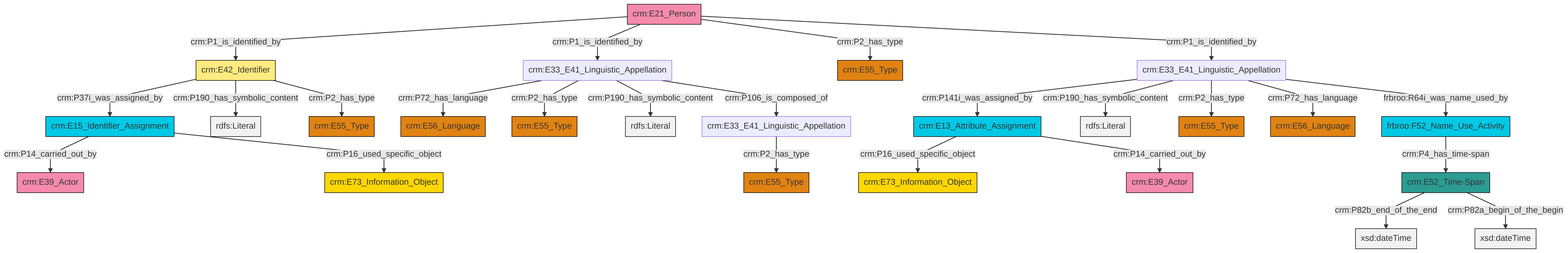
This is et/personCSV/ttl/mmd/png/Person_Names_and_Classification.png from swiss-art-research-net/reference-data-models, a Mermaid export, as it was before one commit. Its source is kept beside it as et/personCSV/ttl/mmd/Person_Names_and_Classification.ttl.mmd.
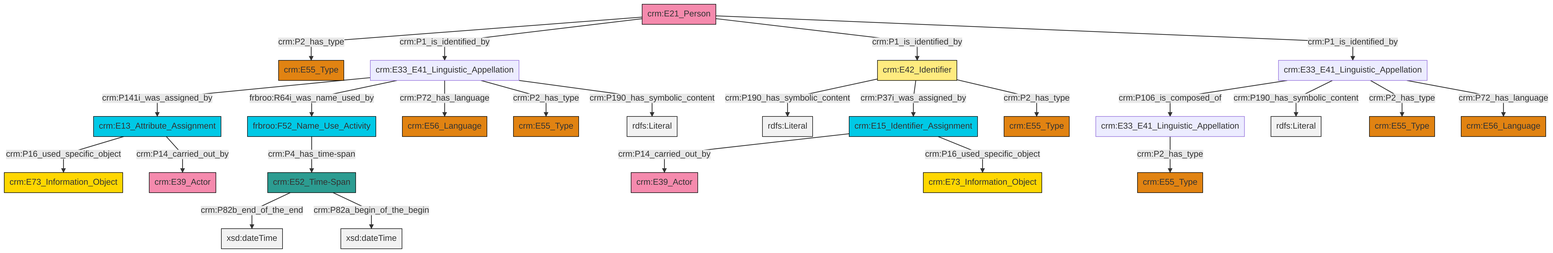
The same diagram one commit later.

Change to the diagram source:
```diff
@@ -13,27 +13,27 @@
 classDef PC_Classes fill:#4ce600, stroke:#000000;
 classDef Multi fill:#cccccc,stroke:#000000;
 
-0["crm:E15_Identifier_Assignment"]:::Temporal_Entity -->|crm:P14_carried_out_by| 1["crm:E39_Actor"]:::Actor
-8["crm:E52_Time-Span"]:::Time-Span -->|crm:P82b_end_of_the_end| 9[xsd:dateTime]:::Literal
-12["frbroo:F52_Name_Use_Activity"]:::Temporal_Entity -->|crm:P4_has_time-span| 8["crm:E52_Time-Span"]:::Time-Span
-0["crm:E15_Identifier_Assignment"]:::Temporal_Entity -->|crm:P16_used_specific_object| 15["crm:E73_Information_Object"]:::Conceptual_Object
-16["crm:E21_Person"]:::Actor -->|crm:P1_is_identified_by| 17["crm:E42_Identifier"]:::Appellation
-20["crm:E33_E41_Linguistic_Appellation"]:::Default -->|crm:P141i_was_assigned_by| 21["crm:E13_Attribute_Assignment"]:::Temporal_Entity
-20["crm:E33_E41_Linguistic_Appellation"]:::Default -->|crm:P190_has_symbolic_content| 23[rdfs:Literal]:::Literal
-17["crm:E42_Identifier"]:::Appellation -->|crm:P37i_was_assigned_by| 0["crm:E15_Identifier_Assignment"]:::Temporal_Entity
-21["crm:E13_Attribute_Assignment"]:::Temporal_Entity -->|crm:P16_used_specific_object| 31["crm:E73_Information_Object"]:::Conceptual_Object
-16["crm:E21_Person"]:::Actor -->|crm:P1_is_identified_by| 18["crm:E33_E41_Linguistic_Appellation"]:::Default
-24["crm:E33_E41_Linguistic_Appellation"]:::Default -->|crm:P2_has_type| 34["crm:E55_Type"]:::Type
-20["crm:E33_E41_Linguistic_Appellation"]:::Default -->|crm:P2_has_type| 13["crm:E55_Type"]:::Type
-18["crm:E33_E41_Linguistic_Appellation"]:::Default -->|crm:P72_has_language| 2["crm:E56_Language"]:::Type
-17["crm:E42_Identifier"]:::Appellation -->|crm:P190_has_symbolic_content| 36[rdfs:Literal]:::Literal
-21["crm:E13_Attribute_Assignment"]:::Temporal_Entity -->|crm:P14_carried_out_by| 26["crm:E39_Actor"]:::Actor
-16["crm:E21_Person"]:::Actor -->|crm:P2_has_type| 6["crm:E55_Type"]:::Type
-20["crm:E33_E41_Linguistic_Appellation"]:::Default -->|crm:P72_has_language| 10["crm:E56_Language"]:::Type
-18["crm:E33_E41_Linguistic_Appellation"]:::Default -->|crm:P2_has_type| 4["crm:E55_Type"]:::Type
-17["crm:E42_Identifier"]:::Appellation -->|crm:P2_has_type| 38["crm:E55_Type"]:::Type
-20["crm:E33_E41_Linguistic_Appellation"]:::Default -->|frbroo:R64i_was_name_used_by| 12["frbroo:F52_Name_Use_Activity"]:::Temporal_Entity
-18["crm:E33_E41_Linguistic_Appellation"]:::Default -->|crm:P190_has_symbolic_content| 42[rdfs:Literal]:::Literal
-8["crm:E52_Time-Span"]:::Time-Span -->|crm:P82a_begin_of_the_begin| 44[xsd:dateTime]:::Literal
-18["crm:E33_E41_Linguistic_Appellation"]:::Default -->|crm:P106_is_composed_of| 24["crm:E33_E41_Linguistic_Appellation"]:::Default
-16["crm:E21_Person"]:::Actor -->|crm:P1_is_identified_by| 20["crm:E33_E41_Linguistic_Appellation"]:::Default
+0["crm:E33_E41_Linguistic_Appellation"]:::Default -->|crm:P106_is_composed_of| 1["crm:E33_E41_Linguistic_Appellation"]:::Default
+2["crm:E21_Person"]:::Actor -->|crm:P2_has_type| 3["crm:E55_Type"]:::Type
+4["crm:E33_E41_Linguistic_Appellation"]:::Default -->|crm:P141i_was_assigned_by| 5["crm:E13_Attribute_Assignment"]:::Temporal_Entity
+2["crm:E21_Person"]:::Actor -->|crm:P1_is_identified_by| 4["crm:E33_E41_Linguistic_Appellation"]:::Default
+2["crm:E21_Person"]:::Actor -->|crm:P1_is_identified_by| 9["crm:E42_Identifier"]:::Appellation
+2["crm:E21_Person"]:::Actor -->|crm:P1_is_identified_by| 0["crm:E33_E41_Linguistic_Appellation"]:::Default
+14["crm:E52_Time-Span"]:::Time-Span -->|crm:P82b_end_of_the_end| 15[xsd:dateTime]:::Literal
+1["crm:E33_E41_Linguistic_Appellation"]:::Default -->|crm:P2_has_type| 17["crm:E55_Type"]:::Type
+0["crm:E33_E41_Linguistic_Appellation"]:::Default -->|crm:P190_has_symbolic_content| 21[rdfs:Literal]:::Literal
+4["crm:E33_E41_Linguistic_Appellation"]:::Default -->|frbroo:R64i_was_name_used_by| 24["frbroo:F52_Name_Use_Activity"]:::Temporal_Entity
+4["crm:E33_E41_Linguistic_Appellation"]:::Default -->|crm:P72_has_language| 25["crm:E56_Language"]:::Type
+9["crm:E42_Identifier"]:::Appellation -->|crm:P190_has_symbolic_content| 26[rdfs:Literal]:::Literal
+12["crm:E15_Identifier_Assignment"]:::Temporal_Entity -->|crm:P14_carried_out_by| 28["crm:E39_Actor"]:::Actor
+9["crm:E42_Identifier"]:::Appellation -->|crm:P37i_was_assigned_by| 12["crm:E15_Identifier_Assignment"]:::Temporal_Entity
+12["crm:E15_Identifier_Assignment"]:::Temporal_Entity -->|crm:P16_used_specific_object| 33["crm:E73_Information_Object"]:::Conceptual_Object
+9["crm:E42_Identifier"]:::Appellation -->|crm:P2_has_type| 18["crm:E55_Type"]:::Type
+24["frbroo:F52_Name_Use_Activity"]:::Temporal_Entity -->|crm:P4_has_time-span| 14["crm:E52_Time-Span"]:::Time-Span
+0["crm:E33_E41_Linguistic_Appellation"]:::Default -->|crm:P2_has_type| 10["crm:E55_Type"]:::Type
+5["crm:E13_Attribute_Assignment"]:::Temporal_Entity -->|crm:P16_used_specific_object| 37["crm:E73_Information_Object"]:::Conceptual_Object
+0["crm:E33_E41_Linguistic_Appellation"]:::Default -->|crm:P72_has_language| 6["crm:E56_Language"]:::Type
+4["crm:E33_E41_Linguistic_Appellation"]:::Default -->|crm:P2_has_type| 30["crm:E55_Type"]:::Type
+14["crm:E52_Time-Span"]:::Time-Span -->|crm:P82a_begin_of_the_begin| 44[xsd:dateTime]:::Literal
+4["crm:E33_E41_Linguistic_Appellation"]:::Default -->|crm:P190_has_symbolic_content| 45[rdfs:Literal]:::Literal
+5["crm:E13_Attribute_Assignment"]:::Temporal_Entity -->|crm:P14_carried_out_by| 41["crm:E39_Actor"]:::Actor
```
